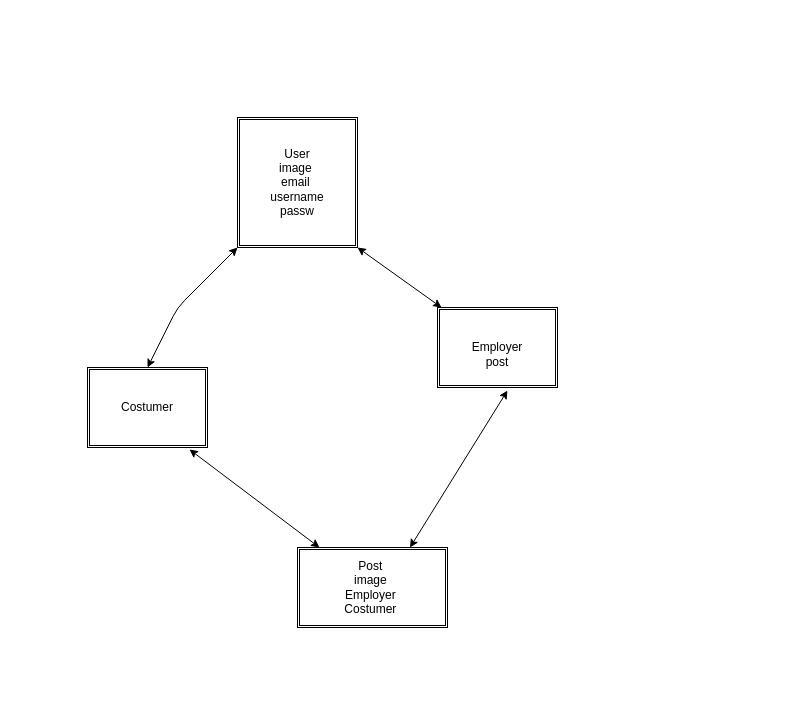
Earlier version of the draw.io diagram Untitled Diagram.drawio (Aleksandr-Dugin/firstrepository). Source tidied: cells renumbered, new cells numbered last; positions are measured from the earlier drawing's top-left corner, leaving out a move shared by most shapes. Both pictures are drawn from the tidied source at 100%, with x=0, y=0 at pixel (87, 117).
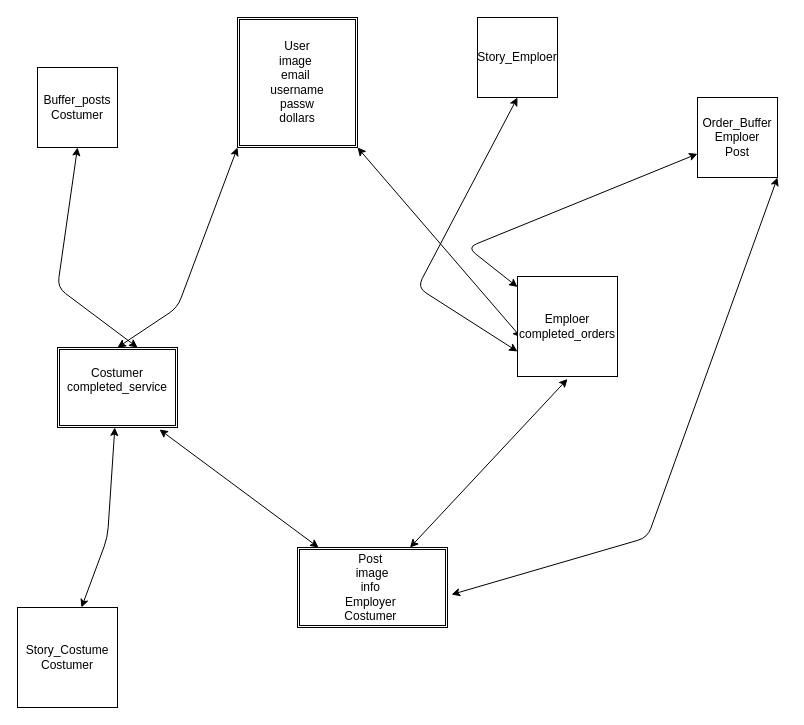
Above is the later version.

What changed in the source:
```diff
@@
-    <mxCell id="2" value="User&lt;br&gt;image&amp;nbsp;&lt;br&gt;email&amp;nbsp;&lt;br&gt;username&lt;br&gt;passw&lt;br&gt;" style="shape=ext;double=1;rounded=0;whiteSpace=wrap;html=1;" parent="1" vertex="1">
-      <mxGeometry x="150" width="120" height="130" as="geometry" />
+    <mxCell id="2" value="User&lt;br&gt;image&amp;nbsp;&lt;br&gt;email&amp;nbsp;&lt;br&gt;username&lt;br&gt;passw&lt;br&gt;dollars" style="shape=ext;double=1;rounded=0;whiteSpace=wrap;html=1;" parent="1" vertex="1">
+      <mxGeometry x="150" y="-100" width="120" height="130" as="geometry" />
     </mxCell>
@@
-    <mxCell id="4" style="endArrow=classic;startArrow=classic;html=1;exitX=1;exitY=1;exitDx=0;exitDy=0;" parent="1" edge="1" source="2" target="5">
-      <mxGeometry relative="1" as="geometry" />
+    <mxCell id="4" style="endArrow=classic;startArrow=classic;html=1;exitX=1;exitY=1;exitDx=0;exitDy=0;" parent="1" edge="1" source="2">
+      <mxGeometry relative="1" as="geometry">
+        <mxPoint x="433.6" y="220" as="targetPoint" />
+      </mxGeometry>
     </mxCell>
-    <mxCell id="5" value="&lt;br&gt;Employer&lt;br&gt;post&lt;br&gt;" style="shape=ext;double=1;rounded=0;whiteSpace=wrap;html=1;" parent="1" vertex="1">
-      <mxGeometry x="350" y="190" width="120" height="80" as="geometry" />
-    </mxCell>
-    <mxCell id="6" value="Costumer&lt;br&gt;" style="shape=ext;double=1;rounded=0;whiteSpace=wrap;html=1;" parent="1" vertex="1">
-      <mxGeometry y="250" width="120" height="80" as="geometry" />
+    <mxCell id="6" value="Costumer&lt;br&gt;completed_service&lt;br&gt;&amp;nbsp;" style="shape=ext;double=1;rounded=0;whiteSpace=wrap;html=1;" parent="1" vertex="1">
+      <mxGeometry x="-30" y="230" width="120" height="80" as="geometry" />
     </mxCell>
-    <mxCell id="7" value="Post&amp;nbsp;&lt;br&gt;image&amp;nbsp;&lt;br&gt;Employer&amp;nbsp;&lt;br&gt;Costumer&amp;nbsp;&lt;br&gt;" style="shape=ext;double=1;rounded=0;whiteSpace=wrap;html=1;" parent="1" vertex="1">
+    <mxCell id="7" value="Post&amp;nbsp;&lt;br&gt;image&lt;br&gt;info&amp;nbsp;&lt;br&gt;Employer&amp;nbsp;&lt;br&gt;Costumer&amp;nbsp;" style="shape=ext;double=1;rounded=0;whiteSpace=wrap;html=1;" parent="1" vertex="1">
       <mxGeometry x="210" y="430" width="150" height="80" as="geometry" />
     </mxCell>
@@
-    <mxCell id="9" style="endArrow=classic;startArrow=classic;html=1;entryX=0.583;entryY=1.038;entryDx=0;entryDy=0;entryPerimeter=0;exitX=0.75;exitY=0;exitDx=0;exitDy=0;" parent="1" edge="1" source="7" target="5">
-      <mxGeometry relative="1" as="geometry" />
+    <mxCell id="9" style="endArrow=classic;startArrow=classic;html=1;entryX=0.583;entryY=1.038;entryDx=0;entryDy=0;entryPerimeter=0;exitX=0.75;exitY=0;exitDx=0;exitDy=0;" parent="1" edge="1" source="7">
+      <mxGeometry relative="1" as="geometry">
+        <mxPoint x="480" y="261.5" as="targetPoint" />
+      </mxGeometry>
     </mxCell>
+    <mxCell id="10" value="Emploer&lt;br&gt;completed_orders&lt;br&gt;" style="whiteSpace=wrap;html=1;" parent="1" vertex="1">
+      <mxGeometry x="430" y="159" width="100" height="100" as="geometry" />
+    </mxCell>
+    <mxCell id="11" value="Order_Buffer&lt;br&gt;Emploer&lt;br&gt;Post" style="whiteSpace=wrap;html=1;" parent="1" vertex="1">
+      <mxGeometry x="610" y="-20" width="80" height="80" as="geometry" />
+    </mxCell>
+    <mxCell id="12" style="endArrow=classic;startArrow=classic;html=1;" parent="1" edge="1" source="10" target="11">
+      <mxGeometry relative="1" as="geometry">
+        <Array as="points">
+          <mxPoint x="380" y="130" />
+        </Array>
+      </mxGeometry>
+    </mxCell>
+    <mxCell id="13" value="Buffer_posts&lt;br&gt;Costumer" style="whiteSpace=wrap;html=1;" parent="1" vertex="1">
+      <mxGeometry x="-50" y="-50" width="80" height="80" as="geometry" />
+    </mxCell>
+    <mxCell id="14" style="endArrow=classic;startArrow=classic;html=1;entryX=0.5;entryY=1;entryDx=0;entryDy=0;exitX=0.667;exitY=0;exitDx=0;exitDy=0;exitPerimeter=0;" parent="1" edge="1" source="6" target="13">
+      <mxGeometry relative="1" as="geometry">
+        <Array as="points">
+          <mxPoint x="-30" y="170" />
+        </Array>
+      </mxGeometry>
+    </mxCell>
+    <mxCell id="15" style="endArrow=classic;startArrow=classic;html=1;exitX=1.027;exitY=0.588;exitDx=0;exitDy=0;exitPerimeter=0;entryX=1;entryY=1;entryDx=0;entryDy=0;" parent="1" edge="1" source="7" target="11">
+      <mxGeometry relative="1" as="geometry">
+        <Array as="points">
+          <mxPoint x="560" y="420" />
+        </Array>
+      </mxGeometry>
+    </mxCell>
+    <mxCell id="16" value="Story_Costume&lt;br&gt;Costumer" style="whiteSpace=wrap;html=1;" parent="1" vertex="1">
+      <mxGeometry x="-70" y="490" width="100" height="100" as="geometry" />
+    </mxCell>
+    <mxCell id="17" value="Story_Emploer&lt;br&gt;" style="whiteSpace=wrap;html=1;" parent="1" vertex="1">
+      <mxGeometry x="390" y="-100" width="80" height="80" as="geometry" />
+    </mxCell>
+    <mxCell id="18" style="endArrow=classic;startArrow=classic;html=1;entryX=0.5;entryY=1;entryDx=0;entryDy=0;exitX=0;exitY=0.75;exitDx=0;exitDy=0;" parent="1" edge="1" source="10" target="17">
+      <mxGeometry relative="1" as="geometry">
+        <Array as="points">
+          <mxPoint x="330" y="170" />
+        </Array>
+      </mxGeometry>
+    </mxCell>
+    <mxCell id="19" style="endArrow=classic;startArrow=classic;html=1;entryX=0.64;entryY=0;entryDx=0;entryDy=0;entryPerimeter=0;" parent="1" edge="1" source="6" target="16">
+      <mxGeometry relative="1" as="geometry">
+        <Array as="points">
+          <mxPoint x="20" y="420" />
+        </Array>
+      </mxGeometry>
+    </mxCell>
```
